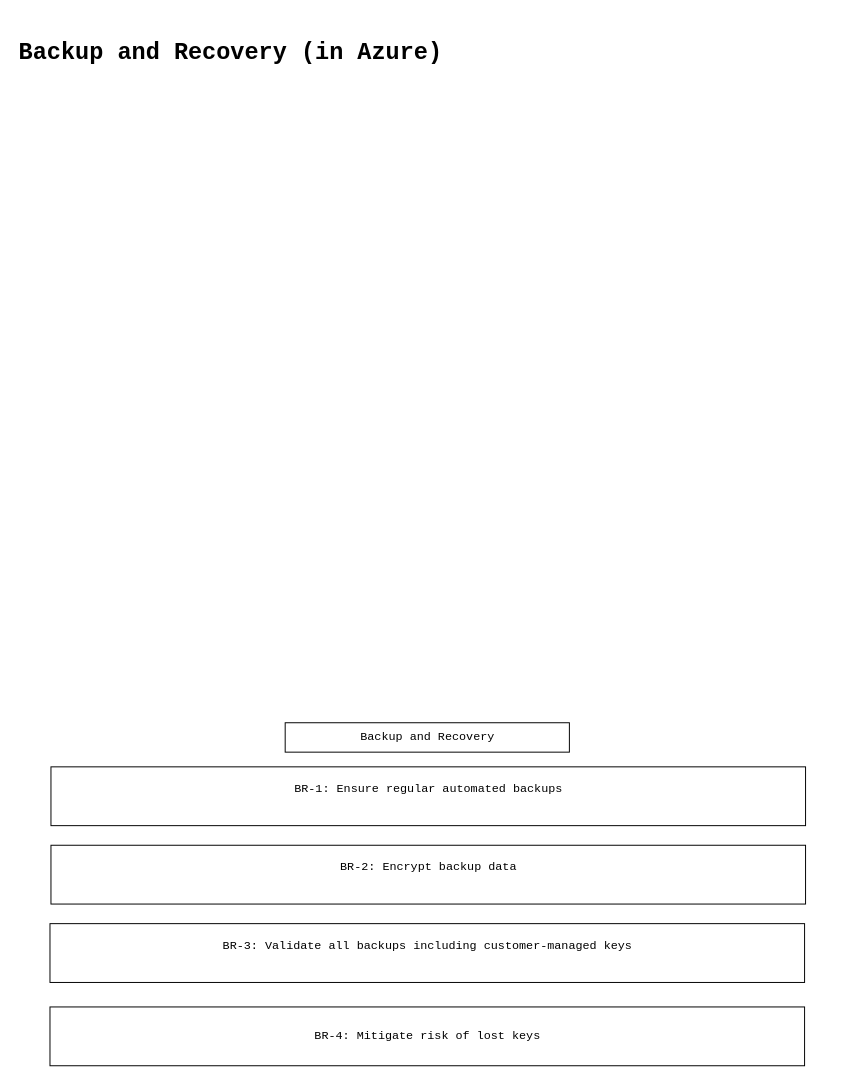
Above: page "Backup and Recovery" (11 of 12) of Cloud/Infrastructure_Security.drawio in hmahmood2351/Home_Labs (draw.io), before the change. Source tidied: cells renumbered, new cells numbered last; positions are measured from the earlier drawing's top-left corner, leaving out a move shared by most shapes. Both pictures are drawn from the tidied source at 98%, with x=0, y=0 at pixel (17, 17).
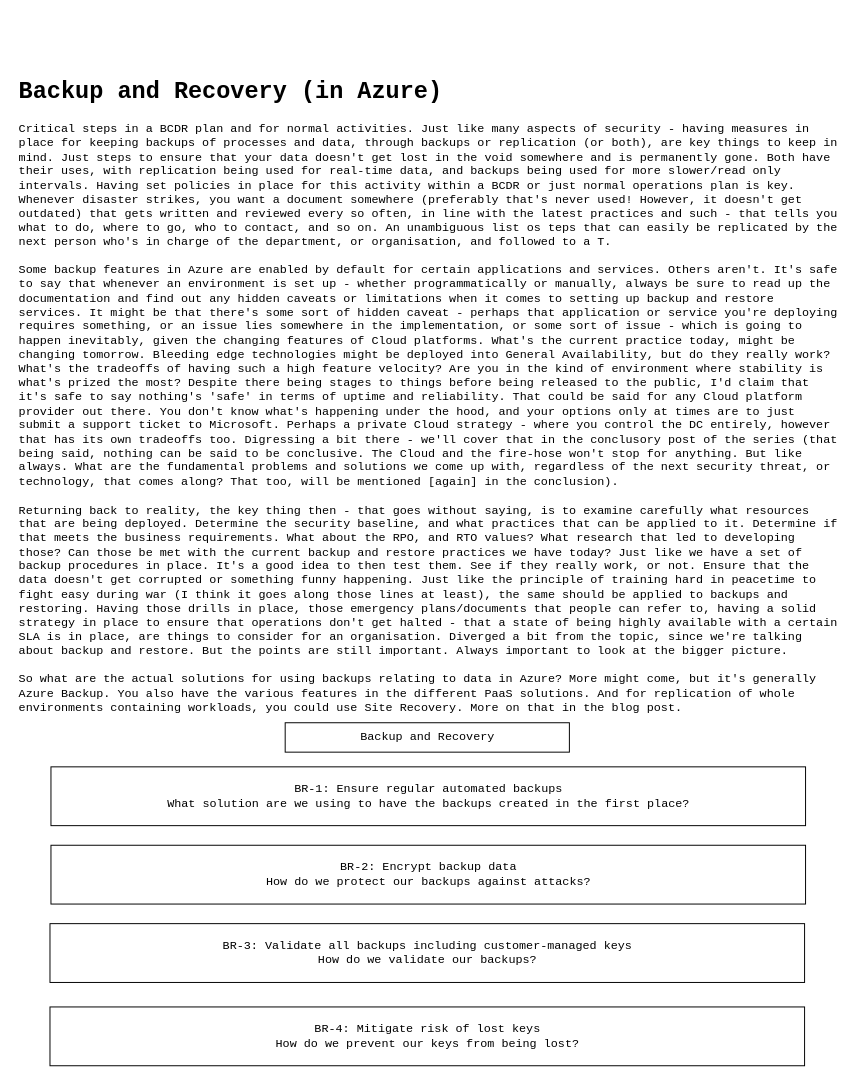
After the change.

Change to the diagram source:
```diff
@@
 <mxGraphModel>
   <root>
     <mxCell id="0" />
     <mxCell id="1" parent="0" />
-    <mxCell id="2" value="&lt;h1 style=&quot;color: rgb(0 , 0 , 0) ; font-family: &amp;#34;courier new&amp;#34; ; font-style: normal ; letter-spacing: normal ; text-align: left ; text-indent: 0px ; text-transform: none ; word-spacing: 0px&quot;&gt;Backup and Recovery (in Azure)&lt;/h1&gt;" style="text;html=1;fontFamily=Courier New;labelBackgroundColor=none;verticalAlign=top;whiteSpace=wrap;" parent="1" vertex="1">
-      <mxGeometry width="838" height="560" as="geometry" />
+    <mxCell id="2" value="&lt;h1 style=&quot;color: rgb(0 , 0 , 0) ; font-family: &amp;#34;courier new&amp;#34; ; font-style: normal ; letter-spacing: normal ; text-align: left ; text-indent: 0px ; text-transform: none ; word-spacing: 0px&quot;&gt;Backup and Recovery (in Azure)&lt;/h1&gt;&lt;div&gt;Critical steps in a BCDR plan and for normal activities. Just like many aspects of security - having measures in place for keeping backups of processes and data, through backups or replication (or both), are key things to keep in mind. Just steps to ensure that your data doesn't get lost in the void somewhere and is permanently gone. Both have their uses, with replication being used for real-time data, and backups being used for more slower/read only intervals. Having set policies in place for this activity within a BCDR or just normal operations plan is key. Whenever disaster strikes, you want a document somewhere (preferably that's never used! However, it doesn't get outdated) that gets written and reviewed every so often, in line with the latest practices and such - that tells you what to do, where to go, who to contact, and so on. An unambiguous list os teps that can easily be replicated by the next person who's in charge of the department, or organisation, and followed to a T.&lt;/div&gt;&lt;div&gt;&lt;br&gt;&lt;/div&gt;&lt;div&gt;Some backup features in Azure are enabled by default for certain applications and services. Others aren't. It's safe to say that whenever an environment is set up - whether programmatically or manually, always be sure to read up the documentation and find out any hidden caveats or limitations when it comes to setting up backup and restore services. It might be that there's some sort of hidden caveat - perhaps that application or service you're deploying requires something, or an issue lies somewhere in the implementation, or some sort of issue - which is going to happen inevitably, given the changing features of Cloud platforms. What's the current practice today, might be changing tomorrow. Bleeding edge technologies might be deployed into General Availability, but do they really work? What's the tradeoffs of having such a high feature velocity? Are you in the kind of environment where stability is what's prized the most? Despite there being stages to things before being released to the public, I'd claim that it's safe to say nothing's 'safe' in terms of uptime and reliability. That could be said for any Cloud platform provider out there. You don't know what's happening under the hood, and your options only at times are to just submit a support ticket to Microsoft. Perhaps a private Cloud strategy - where you control the DC entirely, however that has its own tradeoffs too. Digressing a bit there - we'll cover that in the conclusory post of the series (that being said, nothing can be said to be conclusive. The Cloud and the fire-hose won't stop for anything. But like always. What are the fundamental problems and solutions we come up with, regardless of the next security threat, or technology, that comes along? That too, will be mentioned [again] in the conclusion).&lt;/div&gt;&lt;div&gt;&lt;br&gt;&lt;/div&gt;&lt;div&gt;Returning back to reality, the key thing then - that goes without saying, is to examine carefully what resources that are being deployed. Determine the security baseline, and what practices that can be applied to it. Determine if that meets the business requirements. What about the RPO, and RTO values? What research that led to developing those? Can those be met with the current backup and restore practices we have today? Just like we have a set of backup procedures in place. It's a good idea to then test them. See if they really work, or not. Ensure that the data doesn't get corrupted or something funny happening. Just like the principle of training hard in peacetime to fight easy during war (I think it goes along those lines at least), the same should be applied to backups and restoring. Having those drills in place, those emergency plans/documents that people can refer to, having a solid strategy in place to ensure that operations don't get halted - that a state of being highly available with a certain SLA is in place, are things to consider for an organisation. Diverged a bit from the topic, since we're talking about backup and restore. But the points are still important. Always important to look at the bigger picture.&amp;nbsp;&lt;/div&gt;&lt;div&gt;&lt;br&gt;&lt;/div&gt;&lt;div&gt;So what are the actual solutions for using backups relating to data in Azure? More might come, but it's generally Azure Backup. You also have the various features in the different PaaS solutions. And for replication of whole environments containing workloads, you could use Site Recovery. More on that in the blog post.&lt;/div&gt;&lt;div&gt;&lt;br&gt;&lt;/div&gt;&lt;div&gt;&lt;br&gt;&lt;/div&gt;" style="text;html=1;fontFamily=Courier New;labelBackgroundColor=none;verticalAlign=top;whiteSpace=wrap;" parent="1" vertex="1">
+      <mxGeometry y="40" width="838" height="660" as="geometry" />
     </mxCell>
     <mxCell id="3" value="Backup and Recovery" style="rounded=0;whiteSpace=wrap;html=1;fontFamily=Courier New;align=center;" parent="1" vertex="1">
       <mxGeometry x="273.5" y="720" width="290" height="30" as="geometry" />
     </mxCell>
-    <mxCell id="4" value="&lt;div&gt;&lt;div&gt;BR-1: Ensure regular automated backups&lt;/div&gt;&lt;/div&gt;&lt;div&gt;&lt;br&gt;&lt;/div&gt;" style="rounded=0;whiteSpace=wrap;html=1;fontFamily=Courier New;align=center;" parent="1" vertex="1">
+    <mxCell id="4" value="&lt;div&gt;&lt;div&gt;BR-1: Ensure regular automated backups&lt;/div&gt;&lt;/div&gt;&lt;div&gt;What solution are we using to have the backups created in the first place?&lt;/div&gt;" style="rounded=0;whiteSpace=wrap;html=1;fontFamily=Courier New;align=center;" parent="1" vertex="1">
       <mxGeometry x="34.5" y="765" width="770" height="60" as="geometry" />
     </mxCell>
-    <mxCell id="5" value="&lt;div&gt;&lt;div&gt;BR-2: Encrypt backup data&lt;/div&gt;&lt;/div&gt;&lt;div&gt;&lt;br&gt;&lt;/div&gt;" style="rounded=0;whiteSpace=wrap;html=1;fontFamily=Courier New;align=center;" parent="1" vertex="1">
+    <mxCell id="5" value="&lt;div&gt;&lt;div&gt;BR-2: Encrypt backup data&lt;/div&gt;&lt;/div&gt;&lt;div&gt;How do we protect our backups against attacks?&lt;/div&gt;" style="rounded=0;whiteSpace=wrap;html=1;fontFamily=Courier New;align=center;" parent="1" vertex="1">
       <mxGeometry x="34.5" y="845" width="770" height="60" as="geometry" />
     </mxCell>
-    <mxCell id="6" value="&lt;div&gt;&lt;div&gt;BR-3: Validate all backups including customer-managed keys&lt;/div&gt;&lt;/div&gt;&lt;div&gt;&lt;br&gt;&lt;/div&gt;" style="rounded=0;whiteSpace=wrap;html=1;fontFamily=Courier New;align=center;" parent="1" vertex="1">
+    <mxCell id="6" value="&lt;div&gt;&lt;div&gt;BR-3: Validate all backups including customer-managed keys&lt;/div&gt;&lt;/div&gt;&lt;div&gt;How do we validate our backups?&lt;/div&gt;" style="rounded=0;whiteSpace=wrap;html=1;fontFamily=Courier New;align=center;" parent="1" vertex="1">
       <mxGeometry x="33.5" y="925" width="770" height="60" as="geometry" />
     </mxCell>
-    <mxCell id="7" value="&lt;div&gt;&lt;div&gt;BR-4: Mitigate risk of lost keys&lt;br&gt;&lt;/div&gt;&lt;/div&gt;" style="rounded=0;whiteSpace=wrap;html=1;fontFamily=Courier New;align=center;" parent="1" vertex="1">
+    <mxCell id="7" value="&lt;div&gt;&lt;div&gt;BR-4: Mitigate risk of lost keys&lt;br&gt;&lt;/div&gt;&lt;/div&gt;&lt;div&gt;How do we prevent our keys from being lost?&lt;/div&gt;" style="rounded=0;whiteSpace=wrap;html=1;fontFamily=Courier New;align=center;" parent="1" vertex="1">
       <mxGeometry x="33.5" y="1010" width="770" height="60" as="geometry" />
     </mxCell>
   </root>
 </mxGraphModel>
```
